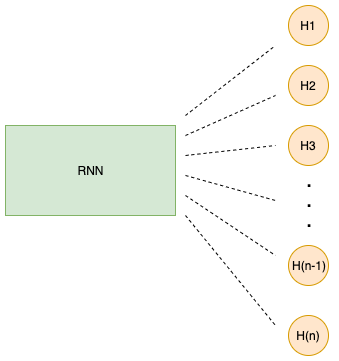
Before: images/multiheaded-rnn.png, a diagram exported from draw.io (WKD622/author-identification-rnn-documentation). Source tidied: cells renumbered, new cells last; positions are measured from the earlier drawing's top-left corner, leaving out a move shared by most shapes.
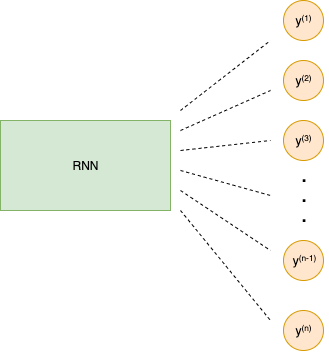
The same diagram one commit later.

The edit, as a diff of the source:
```diff
@@ -5,19 +5,19 @@
     <mxCell id="2" value="RNN" style="rounded=0;whiteSpace=wrap;html=1;fillColor=#d5e8d4;strokeColor=#82b366;" parent="1" vertex="1">
       <mxGeometry y="120" width="170" height="90" as="geometry" />
     </mxCell>
-    <mxCell id="3" value="H1" style="ellipse;whiteSpace=wrap;html=1;fillColor=#ffe6cc;strokeColor=#d79b00;" parent="1" vertex="1">
+    <mxCell id="3" value="y&lt;span style=&quot;font-size: 10px&quot;&gt;&lt;sup&gt;(1)&lt;/sup&gt;&lt;/span&gt;" style="ellipse;whiteSpace=wrap;html=1;fillColor=#ffe6cc;strokeColor=#d79b00;" parent="1" vertex="1">
       <mxGeometry x="283" width="40" height="40" as="geometry" />
     </mxCell>
-    <mxCell id="4" value="H2" style="ellipse;whiteSpace=wrap;html=1;fillColor=#ffe6cc;strokeColor=#d79b00;" parent="1" vertex="1">
+    <mxCell id="4" value="y&lt;span style=&quot;font-size: 10px&quot;&gt;&lt;sup&gt;(2)&lt;/sup&gt;&lt;/span&gt;" style="ellipse;whiteSpace=wrap;html=1;fillColor=#ffe6cc;strokeColor=#d79b00;" parent="1" vertex="1">
       <mxGeometry x="283" y="60" width="40" height="40" as="geometry" />
     </mxCell>
-    <mxCell id="5" value="H3" style="ellipse;whiteSpace=wrap;html=1;fillColor=#ffe6cc;strokeColor=#d79b00;" parent="1" vertex="1">
+    <mxCell id="5" value="y&lt;span style=&quot;font-size: 10px&quot;&gt;&lt;sup&gt;(3)&lt;/sup&gt;&lt;/span&gt;" style="ellipse;whiteSpace=wrap;html=1;fillColor=#ffe6cc;strokeColor=#d79b00;" parent="1" vertex="1">
       <mxGeometry x="283" y="120" width="40" height="40" as="geometry" />
     </mxCell>
-    <mxCell id="6" value="H(n-1)" style="ellipse;whiteSpace=wrap;html=1;fillColor=#ffe6cc;strokeColor=#d79b00;" parent="1" vertex="1">
+    <mxCell id="6" value="y&lt;span style=&quot;font-size: 10px&quot;&gt;&lt;sup&gt;(n-1)&lt;/sup&gt;&lt;/span&gt;" style="ellipse;whiteSpace=wrap;html=1;fillColor=#ffe6cc;strokeColor=#d79b00;" parent="1" vertex="1">
       <mxGeometry x="283" y="240" width="40" height="40" as="geometry" />
     </mxCell>
-    <mxCell id="7" value="H(n)" style="ellipse;whiteSpace=wrap;html=1;fillColor=#ffe6cc;strokeColor=#d79b00;" parent="1" vertex="1">
+    <mxCell id="7" value="y&lt;span style=&quot;font-size: 10px&quot;&gt;&lt;sup&gt;(n)&lt;/sup&gt;&lt;/span&gt;" style="ellipse;whiteSpace=wrap;html=1;fillColor=#ffe6cc;strokeColor=#d79b00;" parent="1" vertex="1">
       <mxGeometry x="283" y="310" width="40" height="40" as="geometry" />
     </mxCell>
     <mxCell id="8" style="endArrow=none;dashed=1;html=1;" parent="1" edge="1">
```
